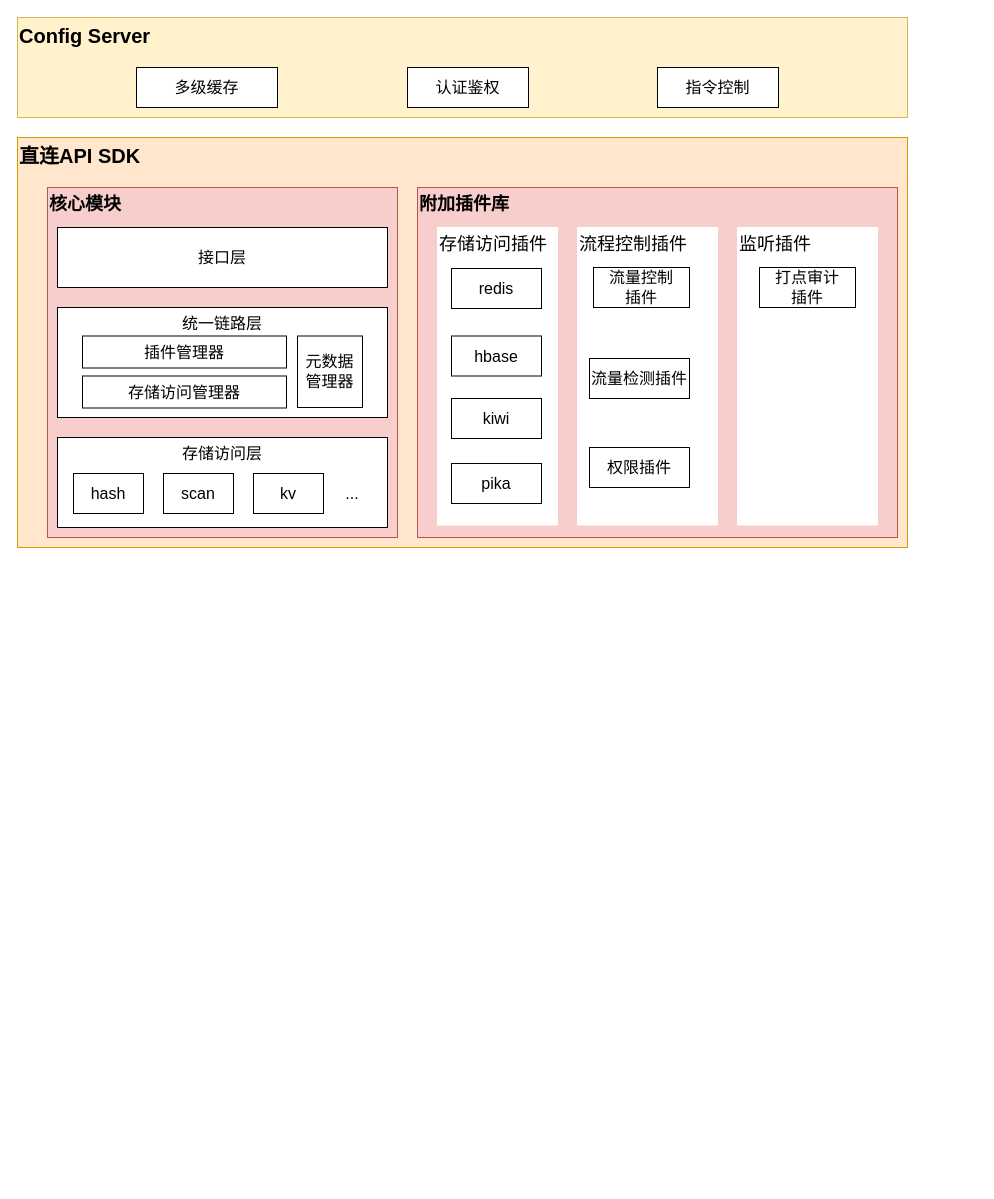
This is 多模块设计.drawio from FlyThroughAir/DrawHere, a draw.io file, before an edit. Source tidied: cells renumbered, new cells numbered last; positions are measured from the earlier drawing's top-left corner, leaving out a move shared by most shapes. Both pictures are drawn from the tidied source at 100%, with x=0, y=0 at pixel (17, 17).
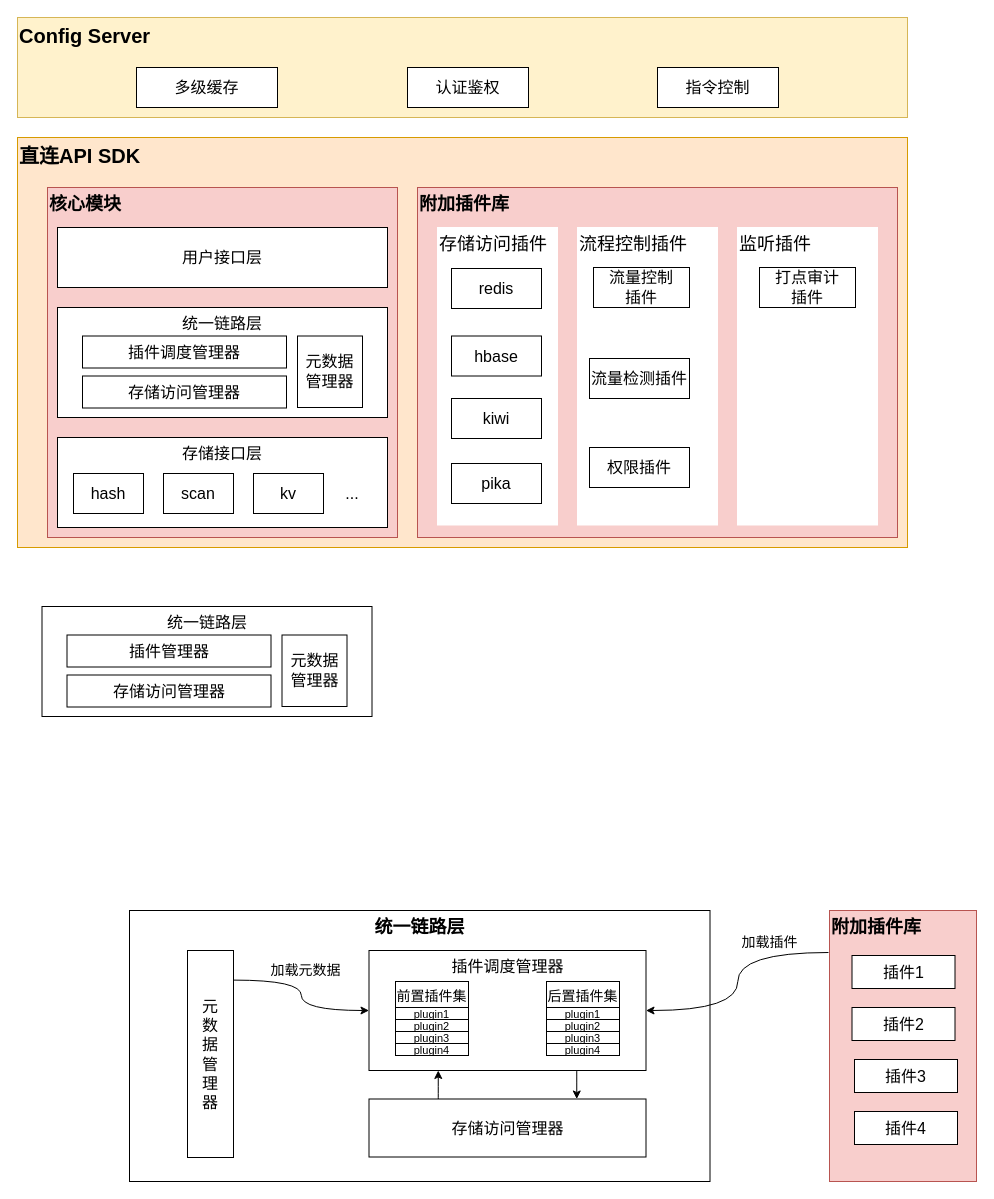
The same page after the edit.

Commit message:
Update 多模块设计.drawio

Change to the diagram source:
```diff
@@
-    <mxCell id="6" value="存储访问层" style="rounded=0;whiteSpace=wrap;html=1;fontSize=16;verticalAlign=top;" parent="1" vertex="1">
+    <mxCell id="6" value="存储接口层" style="rounded=0;whiteSpace=wrap;html=1;fontSize=16;verticalAlign=top;" parent="1" vertex="1">
       <mxGeometry x="40" y="420" width="330" height="90" as="geometry" />
     </mxCell>
@@
-    <mxCell id="8" value="接口层" style="rounded=0;whiteSpace=wrap;html=1;fontSize=16;" parent="1" vertex="1">
+    <mxCell id="8" value="用户接口层" style="rounded=0;whiteSpace=wrap;html=1;fontSize=16;" parent="1" vertex="1">
       <mxGeometry x="40" y="210" width="330" height="60" as="geometry" />
     </mxCell>
@@
-    <mxCell id="21" value="插件管理器" style="rounded=0;whiteSpace=wrap;html=1;fontSize=16;" parent="1" vertex="1">
+    <mxCell id="21" value="插件调度管理器" style="rounded=0;whiteSpace=wrap;html=1;fontSize=16;" parent="1" vertex="1">
       <mxGeometry x="65" y="318.5" width="204" height="32" as="geometry" />
     </mxCell>
@@
+    <mxCell id="30" value="统一链路层" style="rounded=0;whiteSpace=wrap;html=1;verticalAlign=top;fontSize=16;" parent="1" vertex="1">
+      <mxGeometry x="24.5" y="589" width="330" height="110" as="geometry" />
+    </mxCell>
+    <mxCell id="31" value="存储访问管理器" style="rounded=0;whiteSpace=wrap;html=1;fontSize=16;" parent="1" vertex="1">
+      <mxGeometry x="49.5" y="657.5" width="204" height="32" as="geometry" />
+    </mxCell>
+    <mxCell id="32" value="插件管理器" style="rounded=0;whiteSpace=wrap;html=1;fontSize=16;" parent="1" vertex="1">
+      <mxGeometry x="49.5" y="617.5" width="204" height="32" as="geometry" />
+    </mxCell>
+    <mxCell id="33" value="元数据&lt;br&gt;管理器" style="rounded=0;whiteSpace=wrap;html=1;fontSize=16;" parent="1" vertex="1">
+      <mxGeometry x="264.5" y="617.5" width="65" height="71.5" as="geometry" />
+    </mxCell>
+    <mxCell id="34" value="&lt;font style=&quot;font-size: 18px&quot;&gt;&lt;b&gt;统一链路层&lt;/b&gt;&lt;/font&gt;" style="rounded=0;whiteSpace=wrap;html=1;verticalAlign=top;fontSize=16;" parent="1" vertex="1">
+      <mxGeometry x="112" y="893" width="580.5" height="271" as="geometry" />
+    </mxCell>
+    <mxCell id="35" style="edgeStyle=orthogonalEdgeStyle;curved=1;rounded=0;jettySize=auto;html=1;exitX=0.25;exitY=0;exitDx=0;exitDy=0;entryX=0.25;entryY=1;entryDx=0;entryDy=0;" parent="1" edge="1" source="36" target="38">
+      <mxGeometry relative="1" as="geometry" />
+    </mxCell>
+    <mxCell id="36" value="存储访问管理器" style="rounded=0;whiteSpace=wrap;html=1;fontSize=16;" parent="1" vertex="1">
+      <mxGeometry x="351.5" y="1081.5" width="277" height="58" as="geometry" />
+    </mxCell>
+    <mxCell id="37" style="edgeStyle=orthogonalEdgeStyle;curved=1;rounded=0;jettySize=auto;html=1;exitX=0.75;exitY=1;exitDx=0;exitDy=0;entryX=0.75;entryY=0;entryDx=0;entryDy=0;" parent="1" edge="1" source="38" target="36">
+      <mxGeometry relative="1" as="geometry" />
+    </mxCell>
+    <mxCell id="38" value="插件调度管理器" style="rounded=0;whiteSpace=wrap;html=1;fontSize=16;verticalAlign=top;" parent="1" vertex="1">
+      <mxGeometry x="351.5" y="933" width="277" height="120" as="geometry" />
+    </mxCell>
+    <mxCell id="39" style="edgeStyle=orthogonalEdgeStyle;curved=1;rounded=0;jettySize=auto;html=1;exitX=1;exitY=0.143;exitDx=0;exitDy=0;entryX=0;entryY=0.5;entryDx=0;entryDy=0;exitPerimeter=0;" parent="1" edge="1" source="41" target="38">
+      <mxGeometry relative="1" as="geometry" />
+    </mxCell>
+    <mxCell id="40" value="加载元数据" style="edgeLabel;html=1;align=center;verticalAlign=middle;fontSize=14;" parent="39" vertex="1">
+      <mxGeometry x="-0.21" y="5" relative="1" as="geometry">
+        <mxPoint x="6" y="-5" as="offset" />
+      </mxGeometry>
+    </mxCell>
+    <mxCell id="41" value="元&lt;br&gt;数&lt;br&gt;据&lt;br&gt;管&lt;br&gt;理&lt;br&gt;器" style="rounded=0;whiteSpace=wrap;html=1;fontSize=16;" parent="1" vertex="1">
+      <mxGeometry x="170" y="933" width="46" height="207" as="geometry" />
+    </mxCell>
+    <mxCell id="42" style="edgeStyle=orthogonalEdgeStyle;rounded=0;jettySize=auto;html=1;exitX=-0.007;exitY=0.155;exitDx=0;exitDy=0;entryX=1;entryY=0.5;entryDx=0;entryDy=0;curved=1;exitPerimeter=0;" parent="1" edge="1" source="44" target="38">
+      <mxGeometry relative="1" as="geometry" />
+    </mxCell>
+    <mxCell id="43" value="加载插件" style="edgeLabel;html=1;align=center;verticalAlign=middle;fontSize=14;" parent="42" vertex="1">
+      <mxGeometry x="-0.29" y="1" relative="1" as="geometry">
+        <mxPoint x="26" y="-12" as="offset" />
+      </mxGeometry>
+    </mxCell>
+    <mxCell id="44" value="附加插件库" style="rounded=0;whiteSpace=wrap;html=1;verticalAlign=top;align=left;fontSize=18;fontStyle=1;fillColor=#f8cecc;strokeColor=#b85450;" parent="1" vertex="1">
+      <mxGeometry x="812" y="893" width="147" height="271" as="geometry" />
+    </mxCell>
+    <mxCell id="45" value="插件1" style="rounded=0;whiteSpace=wrap;html=1;fontSize=16;" parent="1" vertex="1">
+      <mxGeometry x="834.5" y="938" width="103" height="33" as="geometry" />
+    </mxCell>
+    <mxCell id="46" value="插件2" style="rounded=0;whiteSpace=wrap;html=1;fontSize=16;" parent="1" vertex="1">
+      <mxGeometry x="834.5" y="990" width="103" height="33" as="geometry" />
+    </mxCell>
+    <mxCell id="47" value="插件3" style="rounded=0;whiteSpace=wrap;html=1;fontSize=16;" parent="1" vertex="1">
+      <mxGeometry x="837" y="1042" width="103" height="33" as="geometry" />
+    </mxCell>
+    <mxCell id="48" value="插件4" style="rounded=0;whiteSpace=wrap;html=1;fontSize=16;" parent="1" vertex="1">
+      <mxGeometry x="837" y="1094" width="103" height="33" as="geometry" />
+    </mxCell>
+    <mxCell id="49" value="前置插件集" style="rounded=0;whiteSpace=wrap;html=1;fontSize=14;verticalAlign=top;" parent="1" vertex="1">
+      <mxGeometry x="378" y="964" width="73" height="74" as="geometry" />
+    </mxCell>
+    <mxCell id="50" value="&lt;span style=&quot;font-size: 11px&quot;&gt;plugin1&lt;/span&gt;" style="rounded=0;whiteSpace=wrap;html=1;fontSize=14;" parent="1" vertex="1">
+      <mxGeometry x="378" y="990" width="73" height="12" as="geometry" />
+    </mxCell>
+    <mxCell id="51" value="&lt;span style=&quot;font-size: 11px&quot;&gt;plugin2&lt;/span&gt;" style="rounded=0;whiteSpace=wrap;html=1;fontSize=14;" parent="1" vertex="1">
+      <mxGeometry x="378" y="1002" width="73" height="12" as="geometry" />
+    </mxCell>
+    <mxCell id="52" value="&lt;span style=&quot;font-size: 11px&quot;&gt;plugin3&lt;/span&gt;" style="rounded=0;whiteSpace=wrap;html=1;fontSize=14;" parent="1" vertex="1">
+      <mxGeometry x="378" y="1014" width="73" height="12" as="geometry" />
+    </mxCell>
+    <mxCell id="53" value="&lt;span style=&quot;font-size: 11px&quot;&gt;plugin4&lt;/span&gt;" style="rounded=0;whiteSpace=wrap;html=1;fontSize=14;" parent="1" vertex="1">
+      <mxGeometry x="378" y="1026" width="73" height="12" as="geometry" />
+    </mxCell>
+    <mxCell id="54" value="后置插件集" style="rounded=0;whiteSpace=wrap;html=1;fontSize=14;verticalAlign=top;" parent="1" vertex="1">
+      <mxGeometry x="529" y="964" width="73" height="74" as="geometry" />
+    </mxCell>
+    <mxCell id="55" value="&lt;font style=&quot;font-size: 11px&quot;&gt;plugin1&lt;/font&gt;" style="rounded=0;whiteSpace=wrap;html=1;fontSize=14;" parent="1" vertex="1">
+      <mxGeometry x="529" y="990" width="73" height="12" as="geometry" />
+    </mxCell>
+    <mxCell id="56" value="&lt;span style=&quot;font-size: 11px&quot;&gt;plugin2&lt;/span&gt;" style="rounded=0;whiteSpace=wrap;html=1;fontSize=14;" parent="1" vertex="1">
+      <mxGeometry x="529" y="1002" width="73" height="12" as="geometry" />
+    </mxCell>
+    <mxCell id="57" value="&lt;span style=&quot;font-size: 11px&quot;&gt;plugin3&lt;/span&gt;" style="rounded=0;whiteSpace=wrap;html=1;fontSize=14;" parent="1" vertex="1">
+      <mxGeometry x="529" y="1014" width="73" height="12" as="geometry" />
+    </mxCell>
+    <mxCell id="58" value="&lt;span style=&quot;font-size: 11px&quot;&gt;plugin4&lt;/span&gt;" style="rounded=0;whiteSpace=wrap;html=1;fontSize=14;" parent="1" vertex="1">
+      <mxGeometry x="529" y="1026" width="73" height="12" as="geometry" />
+    </mxCell>
```
